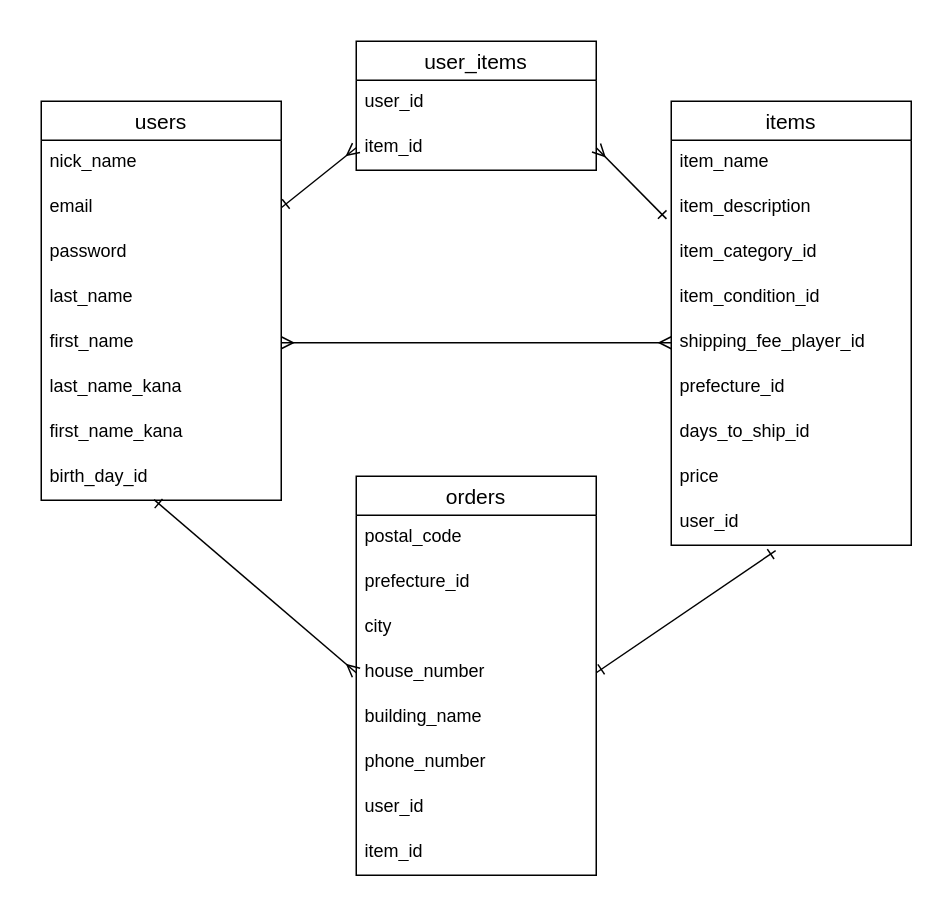
Above: test.dio in mitchy1397/furima-42020 (draw.io), before the change. Source tidied: cells renumbered, new cells numbered last; positions are measured from the earlier drawing's top-left corner, leaving out a move shared by most shapes. Both pictures are drawn from the tidied source at 150%, with x=0, y=0 at pixel (40, 40).
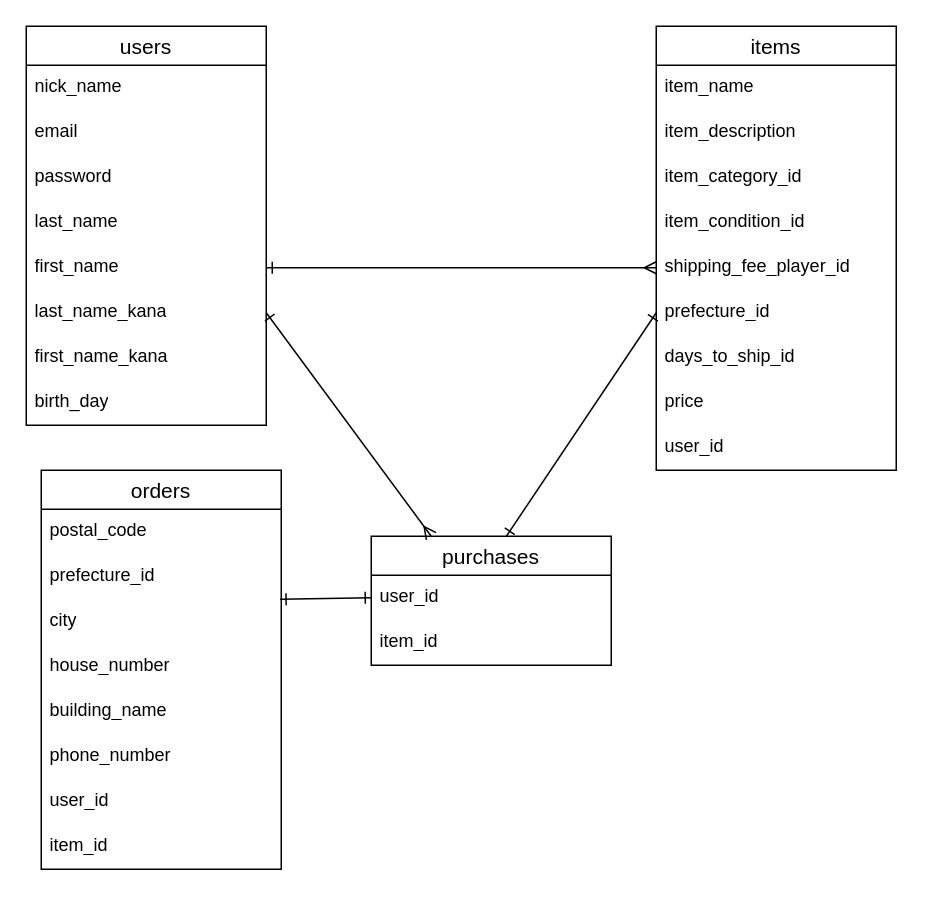
The same diagram, later.

Unchanged cells that the change refers to:
```xml
<mxCell id="4" value="email" style="text;strokeColor=none;fillColor=none;spacingLeft=4;spacingRight=4;overflow=hidden;points=[[0,0.5],[1,0.5]];portConstraint=eastwest;fontSize=12;whiteSpace=wrap;html=1;" parent="2" vertex="1">
  <mxGeometry y="56" width="160" height="30" as="geometry" />
</mxCell>
<mxCell id="7" value="first_name" style="text;strokeColor=none;fillColor=none;spacingLeft=4;spacingRight=4;overflow=hidden;points=[[0,0.5],[1,0.5]];portConstraint=eastwest;fontSize=12;whiteSpace=wrap;html=1;" parent="2" vertex="1">
  <mxGeometry y="146" width="160" height="30" as="geometry" />
</mxCell>
<mxCell id="8" value="last_name_kana" style="text;strokeColor=none;fillColor=none;spacingLeft=4;spacingRight=4;overflow=hidden;points=[[0,0.5],[1,0.5]];portConstraint=eastwest;fontSize=12;whiteSpace=wrap;html=1;" parent="2" vertex="1">
  <mxGeometry y="176" width="160" height="30" as="geometry" />
</mxCell>
<mxCell id="13" value="item_description" style="text;strokeColor=none;fillColor=none;spacingLeft=4;spacingRight=4;overflow=hidden;points=[[0,0.5],[1,0.5]];portConstraint=eastwest;fontSize=12;whiteSpace=wrap;html=1;" parent="11" vertex="1">
  <mxGeometry y="56" width="160" height="30" as="geometry" />
</mxCell>
<mxCell id="16" value="shipping_fee_player_id" style="text;strokeColor=none;fillColor=none;spacingLeft=4;spacingRight=4;overflow=hidden;points=[[0,0.5],[1,0.5]];portConstraint=eastwest;fontSize=12;whiteSpace=wrap;html=1;" parent="11" vertex="1">
  <mxGeometry y="146" width="160" height="30" as="geometry" />
</mxCell>
<mxCell id="17" value="prefecture_id" style="text;strokeColor=none;fillColor=none;spacingLeft=4;spacingRight=4;overflow=hidden;points=[[0,0.5],[1,0.5]];portConstraint=eastwest;fontSize=12;whiteSpace=wrap;html=1;" parent="11" vertex="1">
  <mxGeometry y="176" width="160" height="30" as="geometry" />
</mxCell>
<mxCell id="20" value="user_id" style="text;strokeColor=none;fillColor=none;spacingLeft=4;spacingRight=4;overflow=hidden;points=[[0,0.5],[1,0.5]];portConstraint=eastwest;fontSize=12;whiteSpace=wrap;html=1;" parent="11" vertex="1">
  <mxGeometry y="266" width="160" height="30" as="geometry" />
</mxCell>
<mxCell id="24" value="city" style="text;strokeColor=none;fillColor=none;spacingLeft=4;spacingRight=4;overflow=hidden;points=[[0,0.5],[1,0.5]];portConstraint=eastwest;fontSize=12;whiteSpace=wrap;html=1;" parent="21" vertex="1">
  <mxGeometry y="86" width="160" height="30" as="geometry" />
</mxCell>
<mxCell id="25" value="house_number" style="text;strokeColor=none;fillColor=none;spacingLeft=4;spacingRight=4;overflow=hidden;points=[[0,0.5],[1,0.5]];portConstraint=eastwest;fontSize=12;whiteSpace=wrap;html=1;" parent="21" vertex="1">
  <mxGeometry y="116" width="160" height="30" as="geometry" />
</mxCell>
<mxCell id="34" value="user_id" style="text;strokeColor=none;fillColor=none;spacingLeft=4;spacingRight=4;overflow=hidden;points=[[0,0.5],[1,0.5]];portConstraint=eastwest;fontSize=12;whiteSpace=wrap;html=1;" parent="33" vertex="1">
  <mxGeometry y="26" width="160" height="30" as="geometry" />
</mxCell>
<mxCell id="35" value="item_id" style="text;strokeColor=none;fillColor=none;spacingLeft=4;spacingRight=4;overflow=hidden;points=[[0,0.5],[1,0.5]];portConstraint=eastwest;fontSize=12;whiteSpace=wrap;html=1;" parent="33" vertex="1">
  <mxGeometry y="56" width="160" height="30" as="geometry" />
</mxCell>
```

Change to the diagram source:
```diff
@@
     <mxCell id="2" value="users" style="swimlane;fontStyle=0;horizontal=1;startSize=26;align=center;fontSize=14;" parent="1" vertex="1">
-      <mxGeometry y="40" width="160" height="266" as="geometry" />
+      <mxGeometry x="-10" y="-10" width="160" height="266" as="geometry" />
     </mxCell>
@@
-    <mxCell id="10" value="birth_day_id&lt;div&gt;&lt;br&gt;&lt;/div&gt;" style="text;strokeColor=none;fillColor=none;spacingLeft=4;spacingRight=4;overflow=hidden;points=[[0,0.5],[1,0.5]];portConstraint=eastwest;fontSize=12;whiteSpace=wrap;html=1;" parent="2" vertex="1">
+    <mxCell id="10" value="birth_day&lt;div&gt;&lt;br&gt;&lt;/div&gt;" style="text;strokeColor=none;fillColor=none;spacingLeft=4;spacingRight=4;overflow=hidden;points=[[0,0.5],[1,0.5]];portConstraint=eastwest;fontSize=12;whiteSpace=wrap;html=1;" parent="2" vertex="1">
       <mxGeometry y="236" width="160" height="30" as="geometry" />
     </mxCell>
     <mxCell id="11" value="items" style="swimlane;fontStyle=0;horizontal=1;startSize=26;align=center;fontSize=14;" parent="1" vertex="1">
-      <mxGeometry x="420" y="40" width="160" height="296" as="geometry" />
+      <mxGeometry x="410" y="-10" width="160" height="296" as="geometry" />
     </mxCell>
@@
     <mxCell id="21" value="orders" style="swimlane;fontStyle=0;horizontal=1;startSize=26;align=center;fontSize=14;" parent="1" vertex="1">
-      <mxGeometry x="210" y="290" width="160" height="266" as="geometry" />
+      <mxGeometry y="286" width="160" height="266" as="geometry" />
     </mxCell>
@@
-    <mxCell id="30" style="edgeStyle=none;html=1;exitX=1;exitY=0.5;exitDx=0;exitDy=0;entryX=0;entryY=0.5;entryDx=0;entryDy=0;endArrow=ERmany;endFill=0;startArrow=ERmany;startFill=0;strokeWidth=1;" parent="1" edge="1" source="7" target="16">
+    <mxCell id="30" style="edgeStyle=none;html=1;exitX=1;exitY=0.5;exitDx=0;exitDy=0;entryX=0;entryY=0.5;entryDx=0;entryDy=0;endArrow=ERmany;endFill=0;startArrow=ERone;startFill=0;strokeWidth=1;" parent="1" edge="1" source="7" target="16">
       <mxGeometry relative="1" as="geometry" />
     </mxCell>
-    <mxCell id="31" style="edgeStyle=none;html=1;exitX=1;exitY=0.5;exitDx=0;exitDy=0;entryX=0.435;entryY=1.12;entryDx=0;entryDy=0;entryPerimeter=0;startArrow=ERone;startFill=0;endArrow=ERone;endFill=0;" parent="1" edge="1" source="25" target="20">
-      <mxGeometry relative="1" as="geometry" />
-    </mxCell>
-    <mxCell id="32" style="edgeStyle=none;html=1;exitX=0;exitY=0.5;exitDx=0;exitDy=0;entryX=0.47;entryY=0.987;entryDx=0;entryDy=0;entryPerimeter=0;endArrow=ERone;endFill=0;startArrow=ERmany;startFill=0;" parent="1" edge="1" source="25" target="10">
-      <mxGeometry relative="1" as="geometry" />
-    </mxCell>
-    <mxCell id="33" value="user_items" style="swimlane;fontStyle=0;horizontal=1;startSize=26;align=center;fontSize=14;" parent="1" vertex="1">
-      <mxGeometry x="210" width="160" height="86" as="geometry" />
+    <mxCell id="33" value="purchases" style="swimlane;fontStyle=0;horizontal=1;startSize=26;align=center;fontSize=14;" parent="1" vertex="1">
+      <mxGeometry x="220" y="330" width="160" height="86" as="geometry" />
     </mxCell>
@@
-    <mxCell id="36" style="edgeStyle=none;html=1;exitX=0;exitY=0.5;exitDx=0;exitDy=0;entryX=1;entryY=0.5;entryDx=0;entryDy=0;endArrow=ERone;endFill=0;startArrow=ERmany;startFill=0;" parent="1" edge="1" source="35" target="4">
-      <mxGeometry relative="1" as="geometry" />
-    </mxCell>
-    <mxCell id="37" style="edgeStyle=none;html=1;exitX=1;exitY=0.5;exitDx=0;exitDy=0;entryX=-0.02;entryY=0.747;entryDx=0;entryDy=0;entryPerimeter=0;endArrow=ERone;endFill=0;startArrow=ERmany;startFill=0;" parent="1" edge="1" source="35" target="13">
-      <mxGeometry relative="1" as="geometry" />
-    </mxCell>
+    <mxCell id="38" style="edgeStyle=none;html=1;exitX=0;exitY=0.5;exitDx=0;exitDy=0;entryX=0.995;entryY=0;entryDx=0;entryDy=0;entryPerimeter=0;startArrow=ERone;startFill=0;endArrow=ERone;endFill=0;" parent="1" edge="1" source="34" target="24">
+      <mxGeometry relative="1" as="geometry" />
+    </mxCell>
+    <mxCell id="39" style="edgeStyle=none;html=1;exitX=1;exitY=0.5;exitDx=0;exitDy=0;entryX=0.25;entryY=0;entryDx=0;entryDy=0;startArrow=ERone;startFill=0;endArrow=ERmany;endFill=0;" parent="1" edge="1" source="8" target="33">
+      <mxGeometry relative="1" as="geometry" />
+    </mxCell>
+    <mxCell id="40" style="edgeStyle=none;html=1;exitX=0;exitY=0.5;exitDx=0;exitDy=0;entryX=0.563;entryY=0;entryDx=0;entryDy=0;entryPerimeter=0;startArrow=ERone;startFill=0;endArrow=ERone;endFill=0;" parent="1" edge="1" source="17" target="33">
+      <mxGeometry relative="1" as="geometry" />
+    </mxCell>
```
